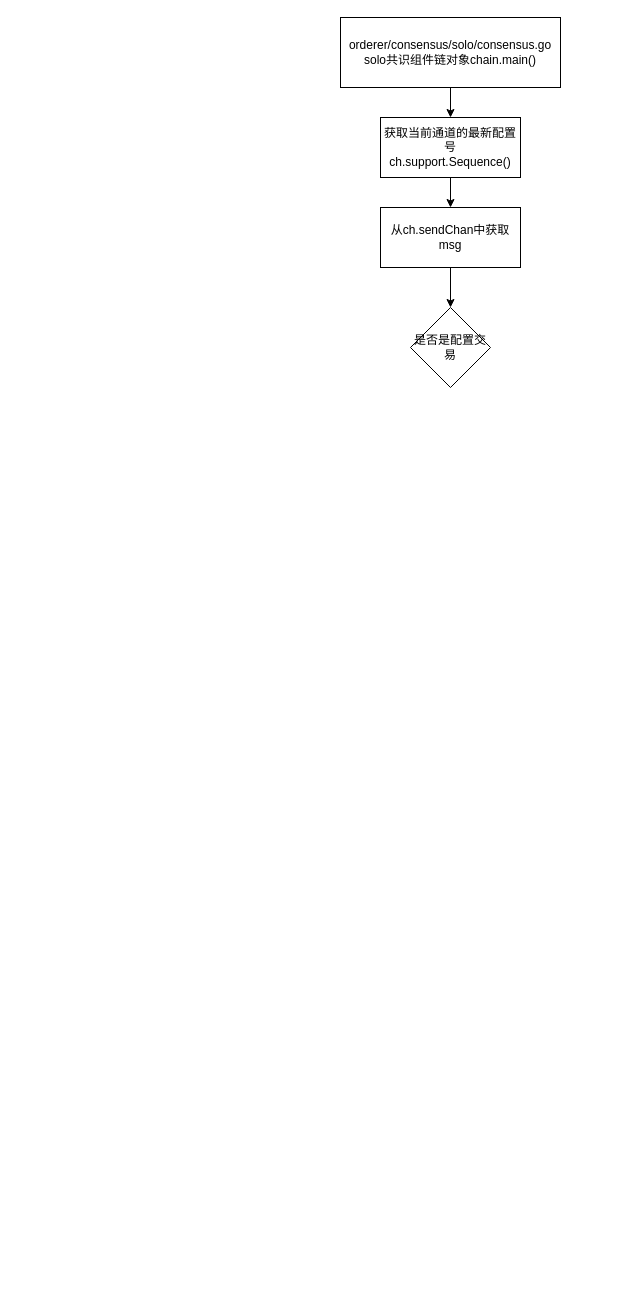
The draw.io diagram Orderer/solo共识组件.drawio in OopsL/Fabric-, before the edit. Source tidied: cells renumbered, new cells numbered last; positions are measured from the earlier drawing's top-left corner, leaving out a move shared by most shapes. Both pictures are drawn from the tidied source at 100%, with x=0, y=0 at pixel (340, 17).
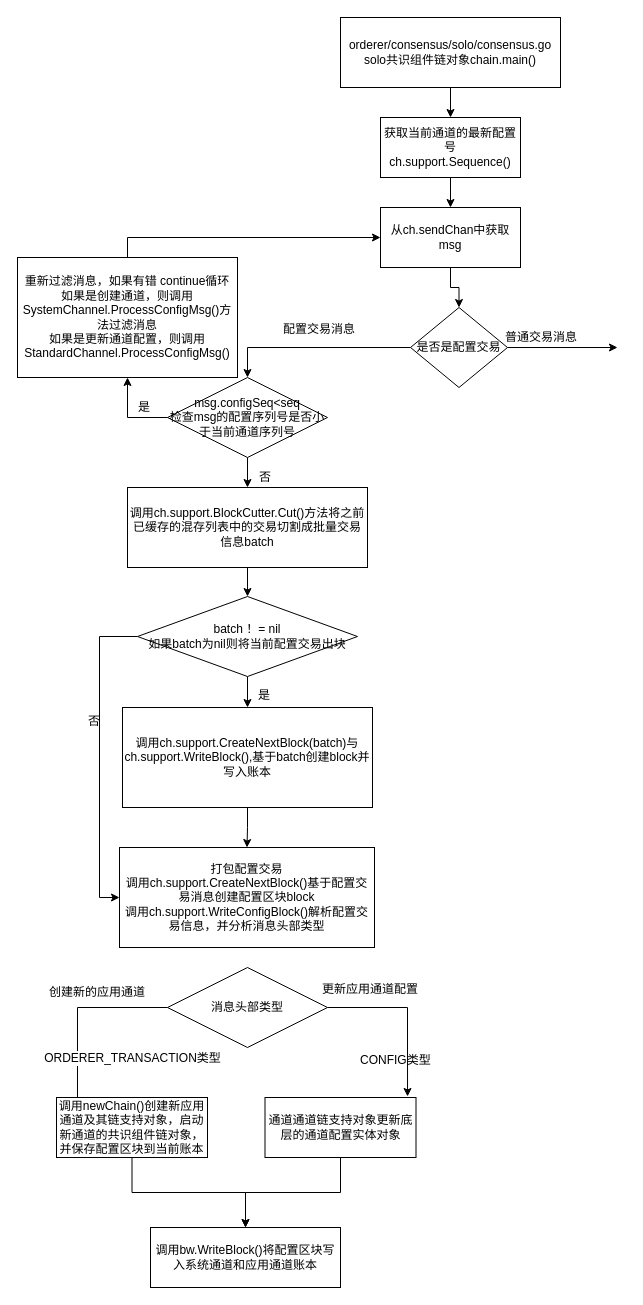
The same diagram, later.

Unchanged cells that the change refers to:
```xml
<mxCell id="7" value="从ch.sendChan中获取msg" style="rounded=0;whiteSpace=wrap;html=1;" parent="1" vertex="1">
  <mxGeometry x="40" y="190" width="140" height="60" as="geometry" />
</mxCell>
```

The edit, as a diff of the source:
```diff
@@
+    <mxCell id="9" style="edgeStyle=orthogonalEdgeStyle;rounded=0;jettySize=auto;html=1;exitX=0;exitY=0.5;exitDx=0;exitDy=0;entryX=0.5;entryY=0;entryDx=0;entryDy=0;" parent="1" edge="1" source="8" target="12">
+      <mxGeometry relative="1" as="geometry" />
+    </mxCell>
     <mxCell id="8" value="是否是配置交易" style="rhombus;whiteSpace=wrap;html=1;" parent="1" vertex="1">
-      <mxGeometry x="70" y="290" width="80" height="80" as="geometry" />
+      <mxGeometry x="70" y="290" width="97" height="80" as="geometry" />
     </mxCell>
+    <mxCell id="10" style="edgeStyle=orthogonalEdgeStyle;rounded=0;jettySize=auto;html=1;exitX=0;exitY=0.5;exitDx=0;exitDy=0;entryX=0.5;entryY=1;entryDx=0;entryDy=0;" parent="1" edge="1" source="12" target="14">
+      <mxGeometry relative="1" as="geometry" />
+    </mxCell>
+    <mxCell id="11" style="edgeStyle=orthogonalEdgeStyle;rounded=0;jettySize=auto;html=1;exitX=0.5;exitY=1;exitDx=0;exitDy=0;" parent="1" edge="1" source="12" target="17">
+      <mxGeometry relative="1" as="geometry" />
+    </mxCell>
+    <mxCell id="12" value="msg.configSeq&amp;lt;seq&lt;br&gt;检查msg的配置序列号是否小于当前通道序列号" style="rhombus;whiteSpace=wrap;html=1;" parent="1" vertex="1">
+      <mxGeometry x="-173" y="360" width="160" height="80" as="geometry" />
+    </mxCell>
+    <mxCell id="13" style="edgeStyle=orthogonalEdgeStyle;rounded=0;jettySize=auto;html=1;exitX=0.5;exitY=0;exitDx=0;exitDy=0;entryX=0;entryY=0.5;entryDx=0;entryDy=0;" parent="1" edge="1" source="14" target="7">
+      <mxGeometry relative="1" as="geometry" />
+    </mxCell>
+    <mxCell id="14" value="重新过滤消息，如果有错 continue循环&lt;br&gt;如果是创建通道，则调用SystemChannel.ProcessConfigMsg()方法过滤消息&lt;br&gt;如果是更新通道配置，则调用&lt;br&gt;StandardChannel.ProcessConfigMsg()" style="rounded=0;whiteSpace=wrap;html=1;" parent="1" vertex="1">
+      <mxGeometry x="-323" y="240" width="220" height="120" as="geometry" />
+    </mxCell>
+    <mxCell id="15" value="是" style="text;html=1;align=left;verticalAlign=top;spacingTop=-4;" parent="1" vertex="1">
+      <mxGeometry x="-204" y="380" width="30" height="20" as="geometry" />
+    </mxCell>
+    <mxCell id="16" style="edgeStyle=orthogonalEdgeStyle;rounded=0;jettySize=auto;html=1;" parent="1" edge="1" source="17" target="21">
+      <mxGeometry relative="1" as="geometry" />
+    </mxCell>
+    <mxCell id="17" value="调用ch.support.BlockCutter.Cut()方法将之前已缓存的混存列表中的交易切割成批量交易信息batch" style="rounded=0;whiteSpace=wrap;html=1;" parent="1" vertex="1">
+      <mxGeometry x="-213" y="470" width="240" height="80" as="geometry" />
+    </mxCell>
+    <mxCell id="18" value="否" style="text;html=1;align=left;verticalAlign=top;spacingTop=-4;" parent="1" vertex="1">
+      <mxGeometry x="-83" y="450" width="30" height="20" as="geometry" />
+    </mxCell>
+    <mxCell id="19" style="edgeStyle=orthogonalEdgeStyle;rounded=0;jettySize=auto;html=1;" parent="1" edge="1" source="21" target="23">
+      <mxGeometry relative="1" as="geometry" />
+    </mxCell>
+    <mxCell id="20" style="edgeStyle=orthogonalEdgeStyle;rounded=0;jettySize=auto;html=1;exitX=0;exitY=0.5;exitDx=0;exitDy=0;entryX=0;entryY=0.5;entryDx=0;entryDy=0;" parent="1" edge="1" source="21" target="24">
+      <mxGeometry relative="1" as="geometry" />
+    </mxCell>
+    <mxCell id="21" value="batch ！= nil&lt;br&gt;如果batch为nil则将当前配置交易出块" style="rhombus;whiteSpace=wrap;html=1;" parent="1" vertex="1">
+      <mxGeometry x="-203" y="579" width="220" height="80" as="geometry" />
+    </mxCell>
+    <mxCell id="22" style="edgeStyle=orthogonalEdgeStyle;rounded=0;jettySize=auto;html=1;" parent="1" edge="1" source="23" target="24">
+      <mxGeometry relative="1" as="geometry" />
+    </mxCell>
+    <mxCell id="23" value="调用ch.support.CreateNextBlock(batch)与ch.support.WriteBlock(),基于batch创建block并写入账本" style="rounded=0;whiteSpace=wrap;html=1;" parent="1" vertex="1">
+      <mxGeometry x="-218" y="690" width="250" height="100" as="geometry" />
+    </mxCell>
+    <mxCell id="24" value="打包配置交易&lt;br&gt;调用ch.support.CreateNextBlock()基于配置交易消息创建配置区块block&lt;br&gt;调用ch.support.WriteConfigBlock()解析配置交易信息，并分析消息头部类型" style="rounded=0;whiteSpace=wrap;html=1;" parent="1" vertex="1">
+      <mxGeometry x="-221" y="830" width="255" height="100" as="geometry" />
+    </mxCell>
+    <mxCell id="25" value="是" style="text;html=1;align=left;verticalAlign=top;spacingTop=-4;" parent="1" vertex="1">
+      <mxGeometry x="-84" y="668" width="30" height="20" as="geometry" />
+    </mxCell>
+    <mxCell id="26" value="否" style="text;html=1;align=left;verticalAlign=top;spacingTop=-4;" parent="1" vertex="1">
+      <mxGeometry x="-254" y="694" width="30" height="20" as="geometry" />
+    </mxCell>
+    <mxCell id="27" style="edgeStyle=orthogonalEdgeStyle;rounded=0;jettySize=auto;html=1;exitX=0;exitY=0.5;exitDx=0;exitDy=0;entryX=0.139;entryY=0.167;entryDx=0;entryDy=0;entryPerimeter=0;" parent="1" edge="1" source="30" target="32">
+      <mxGeometry relative="1" as="geometry" />
+    </mxCell>
+    <mxCell id="28" value="ORDERER_TRANSACTION类型" style="text;html=1;align=center;verticalAlign=middle;labelBackgroundColor=#ffffff;" parent="27" vertex="1">
+      <mxGeometry x="0.44" y="3" relative="1" as="geometry">
+        <mxPoint x="51.5" y="3" as="offset" />
+      </mxGeometry>
+    </mxCell>
+    <mxCell id="29" style="edgeStyle=orthogonalEdgeStyle;rounded=0;jettySize=auto;html=1;exitX=1;exitY=0.5;exitDx=0;exitDy=0;entryX=0.944;entryY=-0.017;entryDx=0;entryDy=0;entryPerimeter=0;" parent="1" edge="1" source="30" target="34">
+      <mxGeometry relative="1" as="geometry" />
+    </mxCell>
+    <mxCell id="30" value="消息头部类型" style="rhombus;whiteSpace=wrap;html=1;" parent="1" vertex="1">
+      <mxGeometry x="-173" y="950" width="160" height="80" as="geometry" />
+    </mxCell>
+    <mxCell id="31" style="edgeStyle=orthogonalEdgeStyle;rounded=0;jettySize=auto;html=1;exitX=0.5;exitY=1;exitDx=0;exitDy=0;entryX=0.5;entryY=0;entryDx=0;entryDy=0;" parent="1" edge="1" source="32" target="38">
+      <mxGeometry relative="1" as="geometry" />
+    </mxCell>
+    <mxCell id="32" value="调用newChain()创建新应用通道及其链支持对象，启动新通道的共识组件链对象，并保存配置区块到当前账本" style="rounded=0;whiteSpace=wrap;html=1;" parent="1" vertex="1">
+      <mxGeometry x="-284" y="1080" width="151" height="60" as="geometry" />
+    </mxCell>
+    <mxCell id="33" style="edgeStyle=orthogonalEdgeStyle;rounded=0;jettySize=auto;html=1;exitX=0.5;exitY=1;exitDx=0;exitDy=0;entryX=0.5;entryY=0;entryDx=0;entryDy=0;" parent="1" edge="1" source="34" target="38">
+      <mxGeometry relative="1" as="geometry" />
+    </mxCell>
+    <mxCell id="34" value="通道通道链支持对象更新底层的通道配置实体对象" style="rounded=0;whiteSpace=wrap;html=1;" parent="1" vertex="1">
+      <mxGeometry x="-75.5" y="1080" width="151" height="60" as="geometry" />
+    </mxCell>
+    <mxCell id="35" value="创建新的应用通道" style="text;html=1;align=left;verticalAlign=top;spacingTop=-4;" parent="1" vertex="1">
+      <mxGeometry x="-293" y="965" width="110" height="20" as="geometry" />
+    </mxCell>
+    <mxCell id="36" value="更新应用通道配置" style="text;html=1;align=left;verticalAlign=top;spacingTop=-4;" parent="1" vertex="1">
+      <mxGeometry x="-20" y="962" width="110" height="20" as="geometry" />
+    </mxCell>
+    <mxCell id="37" value="CONFIG类型" style="text;html=1;align=left;verticalAlign=top;spacingTop=-4;" parent="1" vertex="1">
+      <mxGeometry x="18" y="1033" width="90" height="20" as="geometry" />
+    </mxCell>
+    <mxCell id="38" value="调用bw.WriteBlock()将配置区块写入系统通道和应用通道账本" style="rounded=0;whiteSpace=wrap;html=1;" parent="1" vertex="1">
+      <mxGeometry x="-190" y="1210" width="190" height="60" as="geometry" />
+    </mxCell>
+    <mxCell id="39" value="配置交易消息" style="text;html=1;align=left;verticalAlign=top;spacingTop=-4;" parent="1" vertex="1">
+      <mxGeometry x="-59" y="302" width="90" height="20" as="geometry" />
+    </mxCell>
+    <mxCell id="40" style="endArrow=classic;html=1;exitX=1;exitY=0.5;exitDx=0;exitDy=0;" parent="1" edge="1" source="8">
+      <mxGeometry relative="1" as="geometry">
+        <mxPoint x="277" y="330" as="targetPoint" />
+      </mxGeometry>
+    </mxCell>
+    <mxCell id="41" value="普通交易消息" style="text;html=1;align=left;verticalAlign=top;spacingTop=-4;" parent="1" vertex="1">
+      <mxGeometry x="163" y="310" width="90" height="20" as="geometry" />
+    </mxCell>
```
